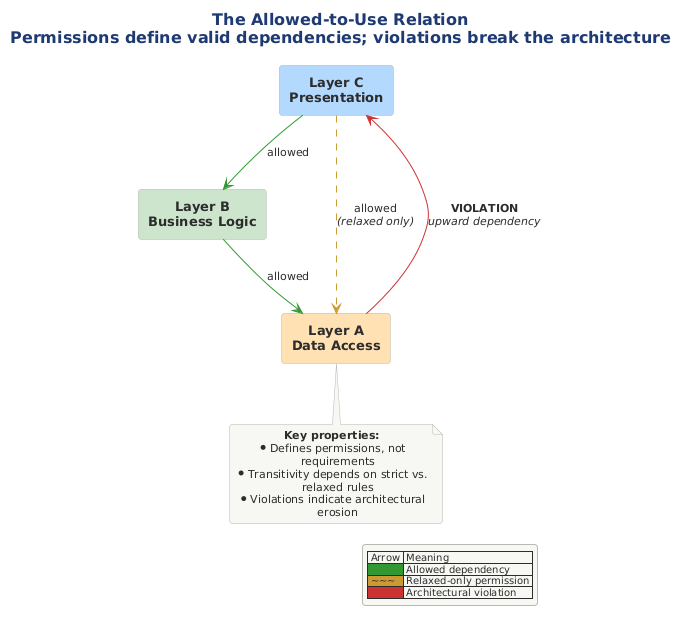
Above: src/architecture/views-and-beyond/style-catalogs/module/layered-style/png/allowed-use-relation-permissions-define-valid.png in Notoriousjayy/latex-docs (PlantUML), before the change. Source of this version:
```plantuml
@startuml
skinparam rectangleRoundCorner 8
!include ../../../../../../tooling/styles/plantuml/structural/component-diagram-style.iuml

skinparam rectangleFontSize 13
skinparam rectangleFontStyle bold

title The Allowed-to-Use Relation\nPermissions define valid dependencies; violations break the architecture

rectangle "Layer C\n**Presentation**" as C #B3D9FF
rectangle "Layer B\n**Business Logic**" as B #CCE5CC
rectangle "Layer A\n**Data Access**" as A #FFE0B2

C -[#339933]-> B : allowed
B -[#339933]-> A : allowed

C -[#CC9933,dashed]-> A : allowed\n//(relaxed only)//

A -[#CC3333]-> C : **VIOLATION**\n//upward dependency//

legend right
  | Arrow | Meaning |
  |<#339933> | Allowed dependency |
  |<#CC9933> ~~~ | Relaxed-only permission |
  |<#CC3333> | Architectural violation |
end legend

note bottom
  **Key properties:**
  * Defines permissions, not requirements
  * Transitivity depends on strict vs. relaxed rules
  * Violations indicate architectural erosion
end note
@enduml
```
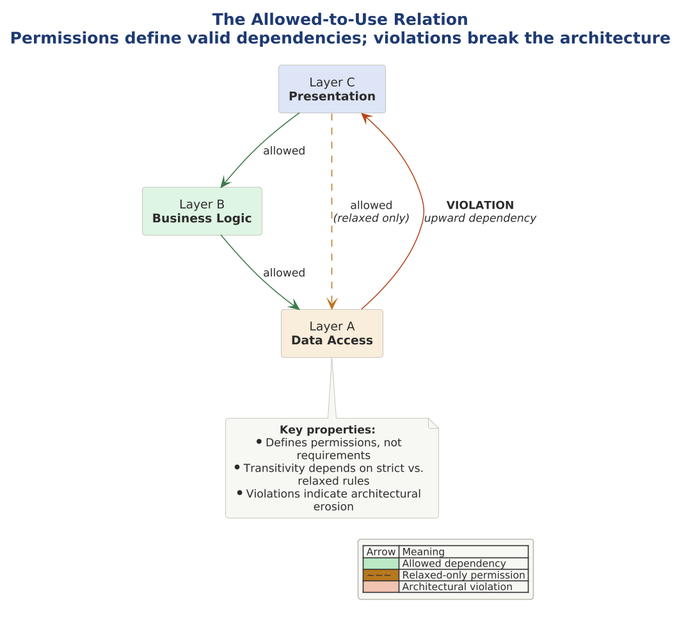
The same file after the commit.

Change to the diagram source:
```diff
@@ -1,28 +1,29 @@
 @startuml
-skinparam rectangleRoundCorner 8
+
+skinparam dpi 150
+
+
+
 !include ../../../../../../tooling/styles/plantuml/structural/component-diagram-style.iuml
-
-skinparam rectangleFontSize 13
-skinparam rectangleFontStyle bold
 
 title The Allowed-to-Use Relation\nPermissions define valid dependencies; violations break the architecture
 
-rectangle "Layer C\n**Presentation**" as C #B3D9FF
-rectangle "Layer B\n**Business Logic**" as B #CCE5CC
-rectangle "Layer A\n**Data Access**" as A #FFE0B2
+rectangle "Layer C\n**Presentation**" as C $fill_primary
+rectangle "Layer B\n**Business Logic**" as B $fill_ok
+rectangle "Layer A\n**Data Access**" as A $fill_caution
 
-C -[#339933]-> B : allowed
-B -[#339933]-> A : allowed
+C -[$line_ok]-> B : allowed
+B -[$line_ok]-> A : allowed
 
-C -[#CC9933,dashed]-> A : allowed\n//(relaxed only)//
+C -[$line_caution,dashed]-> A : allowed\n//(relaxed only)//
 
-A -[#CC3333]-> C : **VIOLATION**\n//upward dependency//
+A -[$line_invalid]-> C : **VIOLATION**\n//upward dependency//
 
 legend right
   | Arrow | Meaning |
-  |<#339933> | Allowed dependency |
-  |<#CC9933> ~~~ | Relaxed-only permission |
-  |<#CC3333> | Architectural violation |
+  |<$deep_ok> | Allowed dependency |
+  |<$line_caution> ~~~ | Relaxed-only permission |
+  |<$deep_invalid> | Architectural violation |
 end legend
 
 note bottom
```
